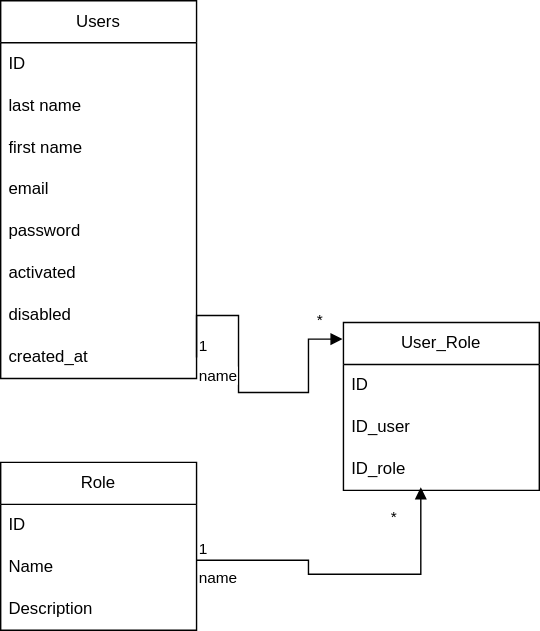
Before: db/Untitled Diagram.drawio.svg, a diagram exported from draw.io (alexC91/niciunWeekendAcasa). Source tidied: cells renumbered, new cells last; positions are measured from the earlier drawing's top-left corner, leaving out a move shared by most shapes.
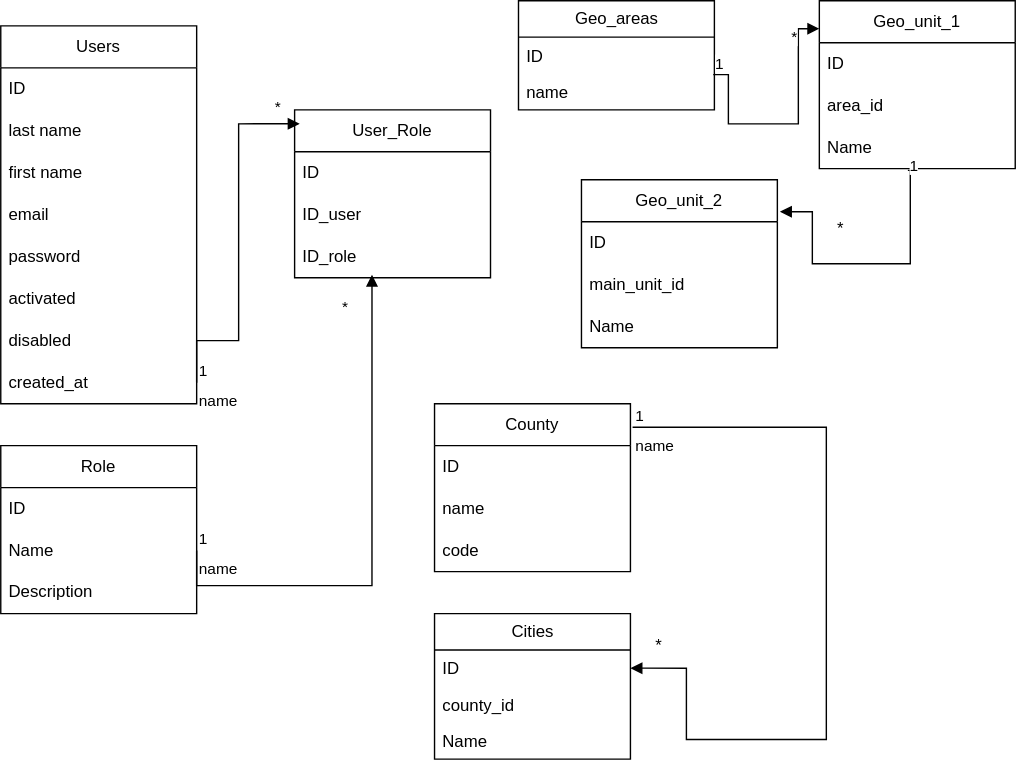
Above is the later version.

What changed in the source:
```diff
@@ -3,7 +3,7 @@
     <mxCell id="0" />
     <mxCell id="1" parent="0" />
     <mxCell id="2" value="Users" style="swimlane;fontStyle=0;horizontal=1;startSize=30;whiteSpace=wrap;html=1;" parent="1" vertex="1">
-      <mxGeometry width="140" height="270" as="geometry" />
+      <mxGeometry x="-150" width="140" height="270" as="geometry" />
     </mxCell>
     <mxCell id="3" value="ID" style="text;align=left;verticalAlign=middle;spacingLeft=4;spacingRight=4;overflow=hidden;whiteSpace=wrap;html=1;" parent="2" vertex="1">
       <mxGeometry y="30" width="140" height="30" as="geometry" />
@@ -30,7 +30,7 @@
       <mxGeometry y="240" width="140" height="30" as="geometry" />
     </mxCell>
     <mxCell id="11" value="Role" style="swimlane;fontStyle=0;horizontal=1;startSize=30;whiteSpace=wrap;html=1;" parent="1" vertex="1">
-      <mxGeometry y="330" width="140" height="120" as="geometry" />
+      <mxGeometry x="-150" y="300" width="140" height="120" as="geometry" />
     </mxCell>
     <mxCell id="12" value="ID" style="text;strokeColor=none;fillColor=none;align=left;verticalAlign=middle;spacingLeft=4;spacingRight=4;overflow=hidden;whiteSpace=wrap;html=1;" parent="11" vertex="1">
       <mxGeometry y="30" width="140" height="30" as="geometry" />
@@ -42,7 +42,7 @@
       <mxGeometry y="90" width="140" height="30" as="geometry" />
     </mxCell>
     <mxCell id="15" value="User_Role" style="swimlane;fontStyle=0;horizontal=1;startSize=30;whiteSpace=wrap;html=1;" parent="1" vertex="1">
-      <mxGeometry x="245" y="230" width="140" height="120" as="geometry" />
+      <mxGeometry x="60" y="60" width="140" height="120" as="geometry" />
     </mxCell>
     <mxCell id="16" value="ID" style="text;strokeColor=none;fillColor=none;align=left;verticalAlign=middle;spacingLeft=4;spacingRight=4;overflow=hidden;whiteSpace=wrap;html=1;" parent="15" vertex="1">
       <mxGeometry y="30" width="140" height="30" as="geometry" />
@@ -53,13 +53,11 @@
     <mxCell id="18" value="ID_role" style="text;strokeColor=none;fillColor=none;align=left;verticalAlign=middle;spacingLeft=4;spacingRight=4;overflow=hidden;points=[[0,0.5],[1,0.5]];portConstraint=eastwest;whiteSpace=wrap;html=1;" parent="15" vertex="1">
       <mxGeometry y="90" width="140" height="30" as="geometry" />
     </mxCell>
-    <mxCell id="19" value="name" style="endArrow=block;endFill=1;html=1;edgeStyle=orthogonalEdgeStyle;align=left;verticalAlign=top;rounded=0;entryX=0.395;entryY=0.928;entryDx=0;entryDy=0;entryPerimeter=0;" parent="1" edge="1" target="18">
+    <mxCell id="19" value="name" style="endArrow=block;endFill=1;html=1;edgeStyle=orthogonalEdgeStyle;align=left;verticalAlign=top;rounded=0;entryX=0.395;entryY=0.928;entryDx=0;entryDy=0;entryPerimeter=0;exitX=1;exitY=0.5;exitDx=0;exitDy=0;" parent="1" edge="1" source="13" target="18">
       <mxGeometry x="-1" relative="1" as="geometry">
-        <mxPoint x="140" y="400" as="sourcePoint" />
         <Array as="points">
-          <mxPoint x="220" y="400" />
-          <mxPoint x="220" y="410" />
-          <mxPoint x="300" y="410" />
+          <mxPoint x="-10" y="400" />
+          <mxPoint x="115" y="400" />
         </Array>
       </mxGeometry>
     </mxCell>
@@ -71,13 +69,12 @@
         <mxPoint x="-20" y="18" as="offset" />
       </mxGeometry>
     </mxCell>
-    <mxCell id="22" value="name" style="endArrow=block;endFill=1;html=1;edgeStyle=orthogonalEdgeStyle;align=left;verticalAlign=top;rounded=0;exitX=1;exitY=0.5;exitDx=0;exitDy=0;entryX=-0.005;entryY=0.099;entryDx=0;entryDy=0;entryPerimeter=0;" parent="1" edge="1" source="10" target="15">
+    <mxCell id="22" value="name" style="endArrow=block;endFill=1;html=1;edgeStyle=orthogonalEdgeStyle;align=left;verticalAlign=top;rounded=0;exitX=1;exitY=0.5;exitDx=0;exitDy=0;entryX=0.026;entryY=0.083;entryDx=0;entryDy=0;entryPerimeter=0;" parent="1" edge="1" source="10" target="15">
       <mxGeometry x="-1" relative="1" as="geometry">
         <Array as="points">
-          <mxPoint x="170" y="225" />
-          <mxPoint x="170" y="280" />
-          <mxPoint x="220" y="280" />
-          <mxPoint x="220" y="242" />
+          <mxPoint x="-10" y="225" />
+          <mxPoint x="20" y="225" />
+          <mxPoint x="20" y="70" />
         </Array>
       </mxGeometry>
     </mxCell>
@@ -85,9 +82,117 @@
       <mxGeometry x="-1" relative="1" as="geometry" />
     </mxCell>
     <mxCell id="24" value="*" style="edgeLabel;html=1;align=center;verticalAlign=middle;" parent="1" vertex="1">
-      <mxGeometry x="280" y="250" as="geometry">
+      <mxGeometry x="100" y="80" as="geometry">
         <mxPoint x="-53" y="-23" as="offset" />
       </mxGeometry>
     </mxCell>
+    <mxCell id="25" value="County" style="swimlane;fontStyle=0;horizontal=1;startSize=30;whiteSpace=wrap;html=1;" parent="1" vertex="1">
+      <mxGeometry x="160" y="270" width="140" height="120" as="geometry" />
+    </mxCell>
+    <mxCell id="26" value="ID" style="text;strokeColor=none;fillColor=none;align=left;verticalAlign=middle;spacingLeft=4;spacingRight=4;overflow=hidden;whiteSpace=wrap;html=1;" parent="25" vertex="1">
+      <mxGeometry y="30" width="140" height="30" as="geometry" />
+    </mxCell>
+    <mxCell id="27" value="name" style="text;strokeColor=none;fillColor=none;align=left;verticalAlign=middle;spacingLeft=4;spacingRight=4;overflow=hidden;whiteSpace=wrap;html=1;" parent="25" vertex="1">
+      <mxGeometry y="60" width="140" height="30" as="geometry" />
+    </mxCell>
+    <mxCell id="28" value="code" style="text;strokeColor=none;fillColor=none;align=left;verticalAlign=middle;spacingLeft=4;spacingRight=4;overflow=hidden;whiteSpace=wrap;html=1;" parent="25" vertex="1">
+      <mxGeometry y="90" width="140" height="30" as="geometry" />
+    </mxCell>
+    <mxCell id="29" value="Geo_areas" style="swimlane;fontStyle=0;horizontal=1;startSize=26;fillColor=none;html=1;" parent="1" vertex="1">
+      <mxGeometry x="220" y="-18" width="140" height="78" as="geometry" />
+    </mxCell>
+    <mxCell id="30" value="ID" style="text;strokeColor=none;fillColor=none;align=left;verticalAlign=top;spacingLeft=4;spacingRight=4;overflow=hidden;points=[[0,0.5],[1,0.5]];portConstraint=eastwest;whiteSpace=wrap;html=1;" parent="29" vertex="1">
+      <mxGeometry y="26" width="140" height="26" as="geometry" />
+    </mxCell>
+    <mxCell id="31" value="name" style="text;strokeColor=none;fillColor=none;align=left;verticalAlign=top;spacingLeft=4;spacingRight=4;overflow=hidden;whiteSpace=wrap;html=1;" parent="29" vertex="1">
+      <mxGeometry y="52" width="140" height="26" as="geometry" />
+    </mxCell>
+    <mxCell id="32" value="Geo_unit_1" style="swimlane;fontStyle=0;horizontal=1;startSize=30;whiteSpace=wrap;html=1;" parent="1" vertex="1">
+      <mxGeometry x="435" y="-18" width="140" height="120" as="geometry" />
+    </mxCell>
+    <mxCell id="33" value="ID" style="text;strokeColor=none;fillColor=none;align=left;verticalAlign=middle;spacingLeft=4;spacingRight=4;overflow=hidden;whiteSpace=wrap;html=1;" parent="32" vertex="1">
+      <mxGeometry y="30" width="140" height="30" as="geometry" />
+    </mxCell>
+    <mxCell id="34" value="area_id" style="text;strokeColor=none;fillColor=none;align=left;verticalAlign=middle;spacingLeft=4;spacingRight=4;overflow=hidden;whiteSpace=wrap;html=1;" parent="32" vertex="1">
+      <mxGeometry y="60" width="140" height="30" as="geometry" />
+    </mxCell>
+    <mxCell id="35" value="Name" style="text;strokeColor=none;fillColor=none;align=left;verticalAlign=middle;spacingLeft=4;spacingRight=4;overflow=hidden;points=[[0,0.5],[1,0.5]];portConstraint=eastwest;whiteSpace=wrap;html=1;" parent="32" vertex="1">
+      <mxGeometry y="90" width="140" height="30" as="geometry" />
+    </mxCell>
+    <mxCell id="36" value="Geo_unit_2" style="swimlane;fontStyle=0;horizontal=1;startSize=30;whiteSpace=wrap;html=1;" parent="1" vertex="1">
+      <mxGeometry x="265" y="110" width="140" height="120" as="geometry" />
+    </mxCell>
+    <mxCell id="37" value="ID" style="text;strokeColor=none;fillColor=none;align=left;verticalAlign=middle;spacingLeft=4;spacingRight=4;overflow=hidden;whiteSpace=wrap;html=1;" parent="36" vertex="1">
+      <mxGeometry y="30" width="140" height="30" as="geometry" />
+    </mxCell>
+    <mxCell id="38" value="main_unit_id&amp;nbsp;" style="text;strokeColor=none;fillColor=none;align=left;verticalAlign=middle;spacingLeft=4;spacingRight=4;overflow=hidden;whiteSpace=wrap;html=1;" parent="36" vertex="1">
+      <mxGeometry y="60" width="140" height="30" as="geometry" />
+    </mxCell>
+    <mxCell id="39" value="Name" style="text;strokeColor=none;fillColor=none;align=left;verticalAlign=middle;spacingLeft=4;spacingRight=4;overflow=hidden;whiteSpace=wrap;html=1;" parent="36" vertex="1">
+      <mxGeometry y="90" width="140" height="30" as="geometry" />
+    </mxCell>
+    <mxCell id="40" style="endArrow=block;endFill=1;html=1;edgeStyle=orthogonalEdgeStyle;align=left;verticalAlign=top;rounded=0;entryX=0;entryY=0.167;entryDx=0;entryDy=0;entryPerimeter=0;exitX=0.994;exitY=1.031;exitDx=0;exitDy=0;exitPerimeter=0;" parent="1" edge="1" source="30" target="32">
+      <mxGeometry x="-1" relative="1" as="geometry">
+        <Array as="points">
+          <mxPoint x="370" y="35" />
+          <mxPoint x="370" y="70" />
+          <mxPoint x="420" y="70" />
+          <mxPoint x="420" y="2" />
+        </Array>
+      </mxGeometry>
+    </mxCell>
+    <mxCell id="41" value="1" style="edgeLabel;html=1;align=left;verticalAlign=bottom;" parent="40" vertex="1">
+      <mxGeometry x="-1" relative="1" as="geometry" />
+    </mxCell>
+    <mxCell id="42" value="*" style="edgeLabel;html=1;align=center;verticalAlign=middle;" parent="40" vertex="1">
+      <mxGeometry x="0.77" y="4" relative="1" as="geometry" />
+    </mxCell>
+    <mxCell id="43" style="endArrow=block;endFill=1;html=1;edgeStyle=orthogonalEdgeStyle;align=left;verticalAlign=top;rounded=0;entryX=1.013;entryY=0.19;entryDx=0;entryDy=0;entryPerimeter=0;exitX=0.452;exitY=1.043;exitDx=0;exitDy=0;exitPerimeter=0;" parent="1" edge="1" source="35" target="36">
+      <mxGeometry x="0.74" y="97" relative="1" as="geometry">
+        <Array as="points">
+          <mxPoint x="500" y="103" />
+          <mxPoint x="500" y="170" />
+          <mxPoint x="430" y="170" />
+          <mxPoint x="430" y="133" />
+        </Array>
+        <mxPoint x="70" y="-30" as="offset" />
+      </mxGeometry>
+    </mxCell>
+    <mxCell id="44" value="1" style="edgeLabel;html=1;align=left;verticalAlign=bottom;" parent="43" vertex="1">
+      <mxGeometry x="-1" relative="1" as="geometry">
+        <mxPoint y="5" as="offset" />
+      </mxGeometry>
+    </mxCell>
+    <mxCell id="45" value="*" style="text;html=1;align=center;verticalAlign=middle;strokeColor=none;fillColor=none;" parent="1" vertex="1">
+      <mxGeometry x="435" y="130" width="30" height="30" as="geometry" />
+    </mxCell>
+    <mxCell id="46" value="Cities" style="swimlane;fontStyle=0;horizontal=1;startSize=26;fillColor=none;html=1;" parent="1" vertex="1">
+      <mxGeometry x="160" y="420" width="140" height="104" as="geometry" />
+    </mxCell>
+    <mxCell id="47" value="ID&amp;nbsp;" style="text;strokeColor=none;fillColor=none;align=left;verticalAlign=top;spacingLeft=4;spacingRight=4;overflow=hidden;points=[[0,0.5],[1,0.5]];portConstraint=eastwest;whiteSpace=wrap;html=1;" parent="46" vertex="1">
+      <mxGeometry y="26" width="140" height="26" as="geometry" />
+    </mxCell>
+    <mxCell id="48" value="county_id" style="text;strokeColor=none;fillColor=none;align=left;verticalAlign=top;spacingLeft=4;spacingRight=4;overflow=hidden;whiteSpace=wrap;html=1;" parent="46" vertex="1">
+      <mxGeometry y="52" width="140" height="26" as="geometry" />
+    </mxCell>
+    <mxCell id="49" value="Name" style="text;strokeColor=none;fillColor=none;align=left;verticalAlign=top;spacingLeft=4;spacingRight=4;overflow=hidden;whiteSpace=wrap;html=1;" parent="46" vertex="1">
+      <mxGeometry y="78" width="140" height="26" as="geometry" />
+    </mxCell>
+    <mxCell id="50" value="name" style="endArrow=block;endFill=1;html=1;edgeStyle=orthogonalEdgeStyle;align=left;verticalAlign=top;rounded=0;exitX=1.011;exitY=0.14;exitDx=0;exitDy=0;exitPerimeter=0;entryX=1;entryY=0.5;entryDx=0;entryDy=0;" parent="1" edge="1" source="25" target="47">
+      <mxGeometry x="-1" relative="1" as="geometry">
+        <Array as="points">
+          <mxPoint x="440" y="287" />
+          <mxPoint x="440" y="510" />
+          <mxPoint x="340" y="510" />
+          <mxPoint x="340" y="459" />
+        </Array>
+      </mxGeometry>
+    </mxCell>
+    <mxCell id="51" value="1" style="edgeLabel;html=1;align=left;verticalAlign=bottom;" parent="50" vertex="1">
+      <mxGeometry x="-1" relative="1" as="geometry" />
+    </mxCell>
+    <mxCell id="52" value="*" style="text;html=1;align=center;verticalAlign=middle;strokeColor=none;fillColor=none;" parent="1" vertex="1">
+      <mxGeometry x="305" y="428" width="30" height="30" as="geometry" />
+    </mxCell>
   </root>
 </mxGraphModel>
```
